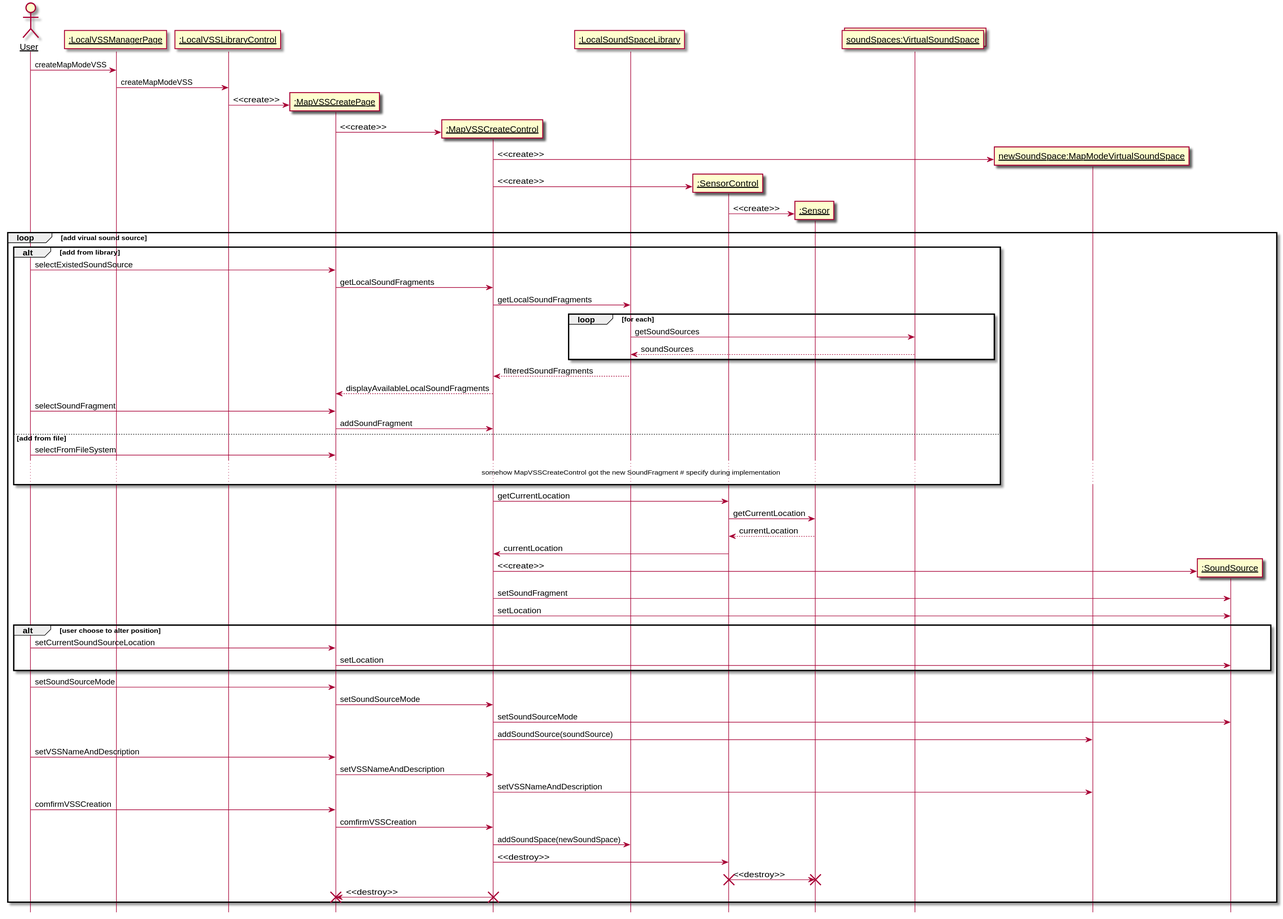
kpp19920121/doc keeps this PlantUML diagram as 需求定义和分析/SeqDiagram/createmapmodevss.svg. Above is the earlier version.
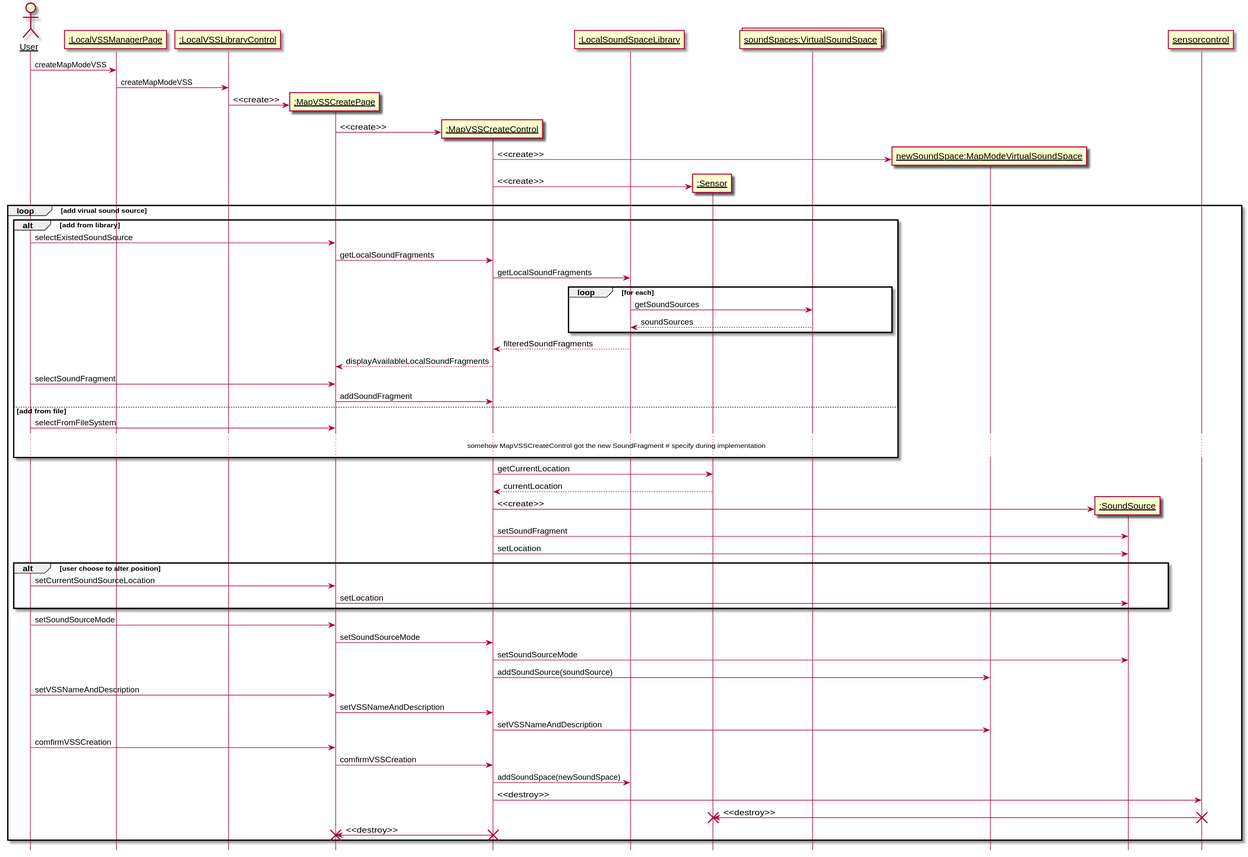
The same diagram one commit later.

What changed in the source:
```diff
@@ -9,7 +9,6 @@
 participant ":MapVSSCreatePage" as createboundary
 participant ":MapVSSCreateControl" as createcontrol
 participant ":LocalSoundSpaceLibrary" as library
-participant ":SensorControl" as sensorcontrol
 participant ":Sensor" as sensor
 collections "soundSpaces:VirtualSoundSpace" as vsses
 participant "newSoundSpace:MapModeVirtualSoundSpace" as newspace
@@ -24,10 +23,8 @@
 createboundary -> createcontrol: <<create>>
 create newspace
 createcontrol -> newspace: <<create>>
-create sensorcontrol
-createcontrol -> sensorcontrol: <<create>>
 create sensor
-sensorcontrol -> sensor: <<create>>
+createcontrol -> sensor: <<create>>
 loop add virual sound source
     alt add from library
         user -> createboundary: selectExistedSoundSource
@@ -47,10 +44,8 @@
 
     end
 
-    createcontrol -> sensorcontrol: getCurrentLocation
-    sensorcontrol -> sensor: getCurrentLocation
-    sensor --> sensorcontrol: currentLocation
-    sensorcontrol -> createcontrol: currentLocation
+    createcontrol -> sensor: getCurrentLocation
+    sensor --> createcontrol: currentLocation
 
     participant ":SoundSource" as source
     create source
```
